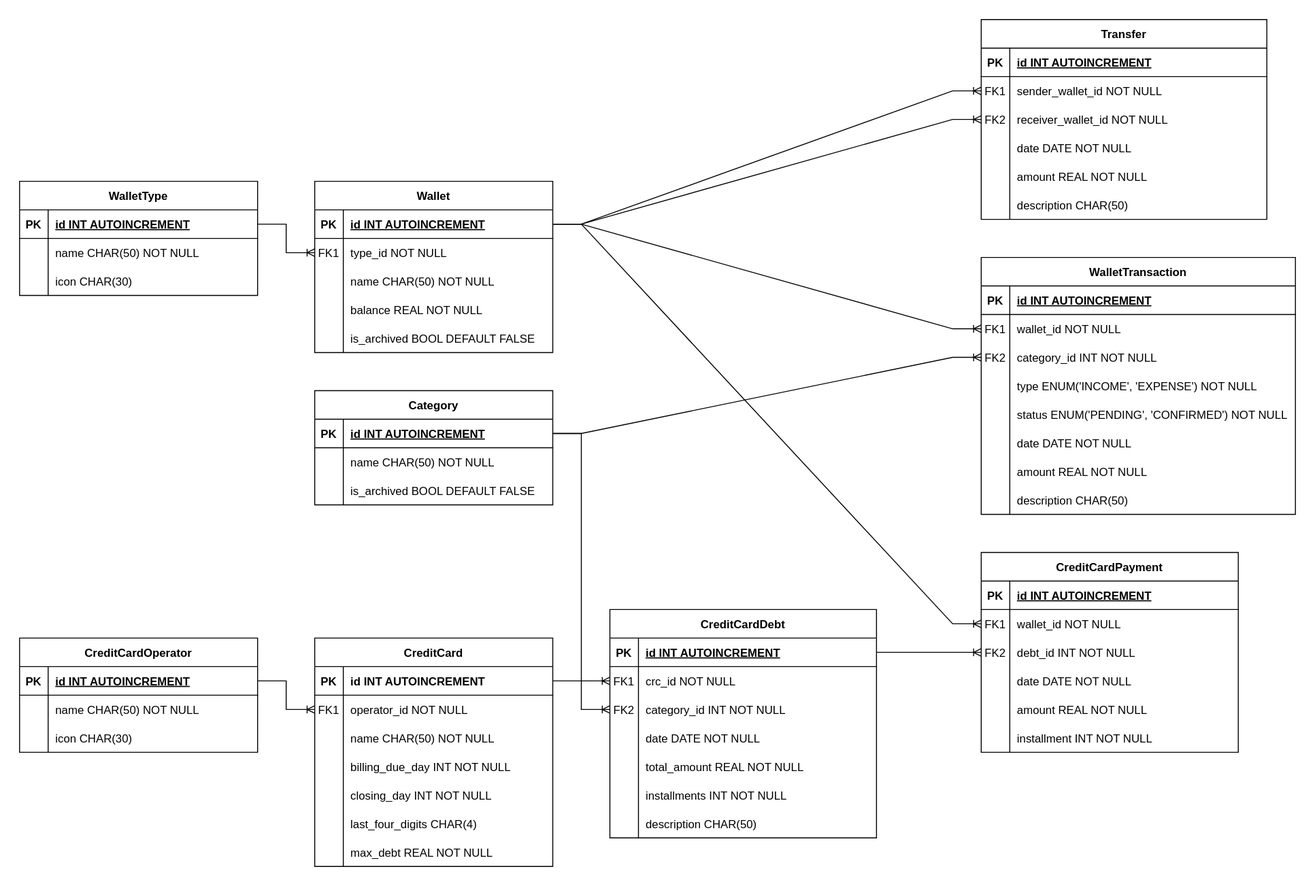
Before: docs/db_model.svg, a diagram exported from draw.io (luk3rr/MY_MONEY). Source tidied: cells renumbered, new cells last; positions are measured from the earlier drawing's top-left corner, leaving out a move shared by most shapes.
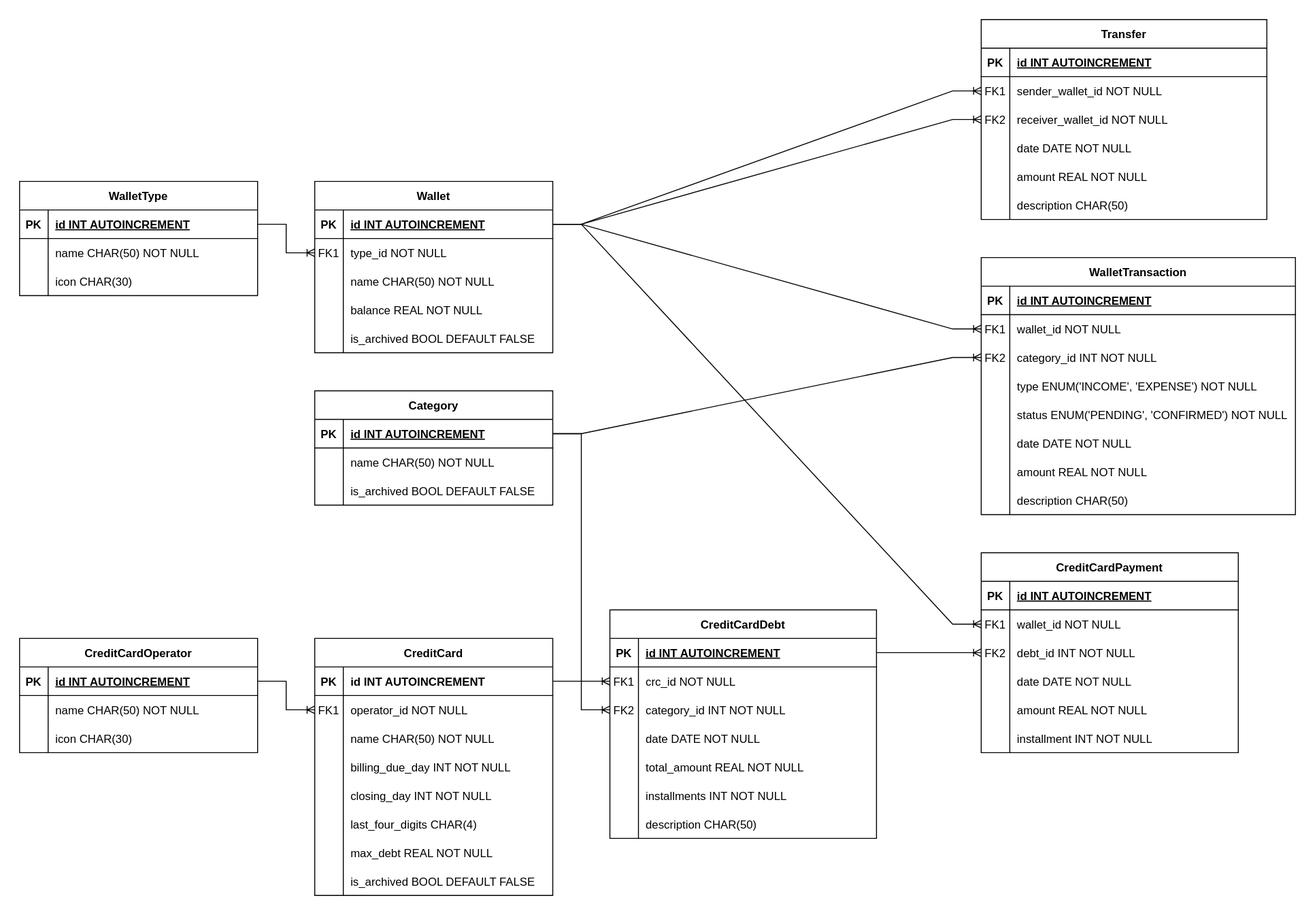
After the change.

The edit, as a diff of the source:
```diff
@@ -78,7 +78,7 @@
       <mxGeometry x="30" width="300" height="30" as="geometry" />
     </mxCell>
     <mxCell id="27" value="CreditCard" style="shape=table;startSize=30;rowLines=0;fontStyle=1;align=center;" parent="1" vertex="1">
-      <mxGeometry x="310" y="650" width="250" height="240" as="geometry" />
+      <mxGeometry x="310" y="650" width="250" height="270" as="geometry" />
     </mxCell>
     <mxCell id="28" style="shape=partialRectangle;fillColor=none;top=0;left=0;right=0;bottom=1;" parent="27" vertex="1">
       <mxGeometry y="30" width="250" height="30" as="geometry" />
@@ -143,6 +143,15 @@
     <mxCell id="48" value="max_debt REAL NOT NULL" style="shape=partialRectangle;overflow=hidden;fillColor=none;top=0;left=0;bottom=0;right=0;align=left;spacingLeft=6;" parent="46" vertex="1">
       <mxGeometry x="30" width="220" height="30" as="geometry" />
     </mxCell>
+    <mxCell id="170" style="shape=partialRectangle;fillColor=none;top=0;left=0;right=0;bottom=0;" parent="27" vertex="1">
+      <mxGeometry y="240" width="250" height="30" as="geometry" />
+    </mxCell>
+    <mxCell id="171" style="shape=partialRectangle;overflow=hidden;fillColor=none;top=0;left=0;bottom=0;right=0;" parent="170" vertex="1">
+      <mxGeometry width="30" height="30" as="geometry" />
+    </mxCell>
+    <mxCell id="172" value="is_archived BOOL DEFAULT FALSE" style="shape=partialRectangle;overflow=hidden;fillColor=none;top=0;left=0;bottom=0;right=0;align=left;spacingLeft=6;" parent="170" vertex="1">
+      <mxGeometry x="30" width="220" height="30" as="geometry" />
+    </mxCell>
     <mxCell id="49" value="Wallet" style="shape=table;startSize=30;rowLines=0;fontStyle=1;align=center;" parent="1" vertex="1">
       <mxGeometry x="310" y="170" width="250" height="180" as="geometry" />
     </mxCell>
```
